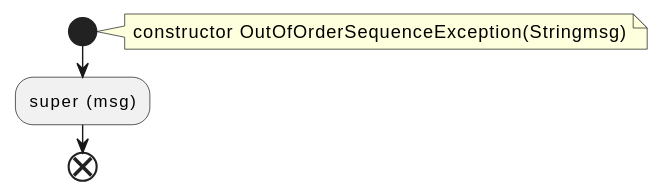
Earlier version of the PlantUML export docs/qc/clients/src/main/java/org/apache/kafka/common/errors/OutOfOrderSequenceException.java.fct.svg (qualitesys/kafka). The source it was exported from:
```plantuml
@startuml
!pragma layout smetana
start
note right
constructor OutOfOrderSequenceException(Stringmsg)
end note
:super (msg);
end
@enduml
```
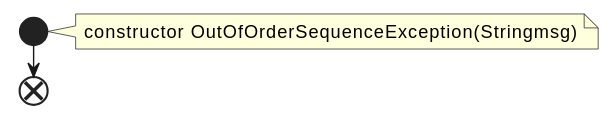
After the commit.

The edit, as a diff of the source:
```diff
@@ -4,6 +4,5 @@
 note right
 constructor OutOfOrderSequenceException(Stringmsg)
 end note
-:super (msg);
 end
 @enduml
```
